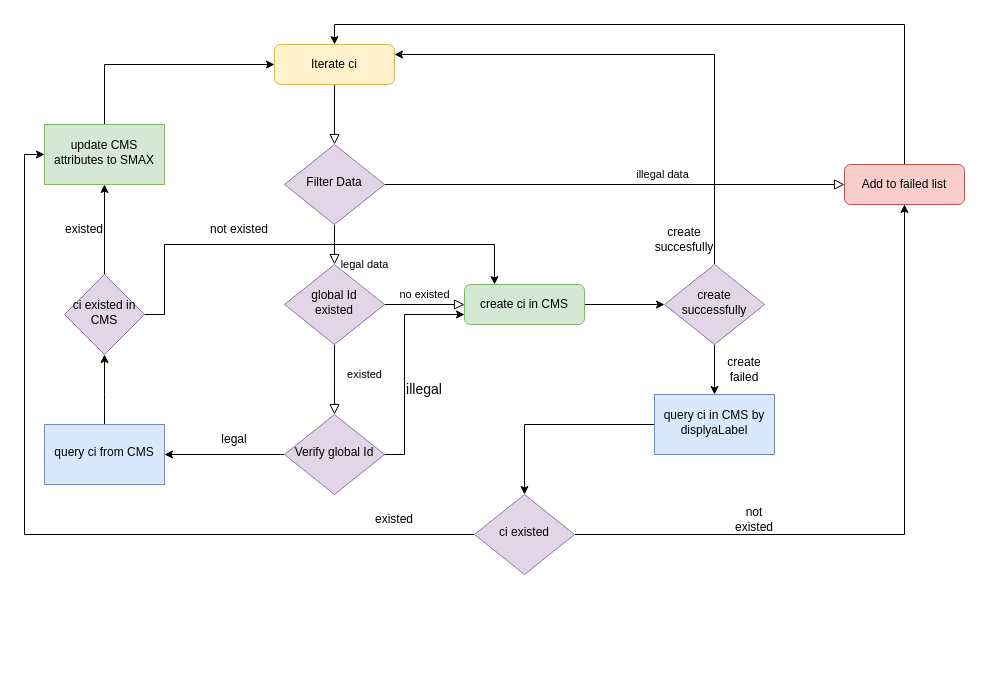
The draw.io diagram page "Page-1" (1 of 2) of 未命名绘图.drawio in Skylar-shanghai/diagrams, before the edit. Source tidied: cells renumbered, new cells numbered last; positions are measured from the earlier drawing's top-left corner, leaving out a move shared by most shapes. Both pictures are drawn from the tidied source at 100%, with x=0, y=0 at pixel (44, 24).
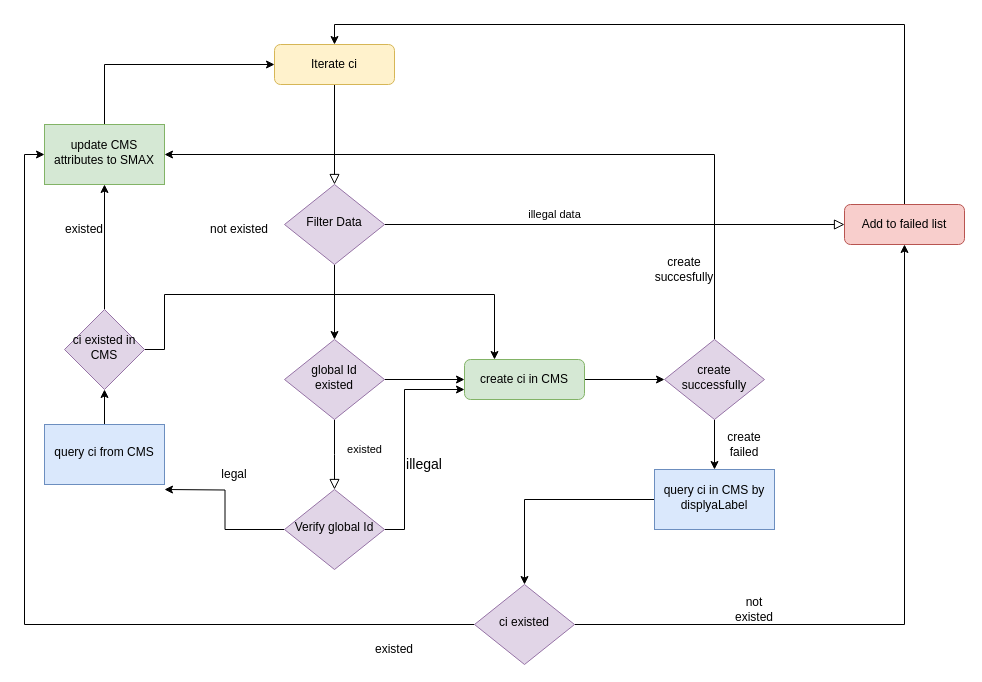
The same page after the edit.

Commit message:
更新未命名绘图.drawio

The change refers to these unchanged cells:
```xml
<mxCell id="3" value="Iterate ci" style="rounded=1;whiteSpace=wrap;html=1;fontSize=12;glass=0;strokeWidth=1;shadow=0;fillColor=#fff2cc;strokeColor=#d6b656;" parent="1" vertex="1">
  <mxGeometry x="230" y="20" width="120" height="40" as="geometry" />
</mxCell>
<mxCell id="21" value="query ci from CMS" style="whiteSpace=wrap;html=1;shadow=0;strokeWidth=1;spacing=6;spacingTop=-4;fillColor=#dae8fc;strokeColor=#6c8ebf;" parent="1" vertex="1">
  <mxGeometry y="400" width="120" height="60" as="geometry" />
</mxCell>
<mxCell id="23" value="update CMS attributes to SMAX" style="whiteSpace=wrap;html=1;shadow=0;strokeWidth=1;spacing=6;spacingTop=-4;fillColor=#d5e8d4;strokeColor=#82b366;" parent="1" vertex="1">
  <mxGeometry y="100" width="120" height="60" as="geometry" />
</mxCell>
```

Change to the diagram source:
```diff
@@
+    <mxCell id="5" value="illegal data" style="edgeStyle=orthogonalEdgeStyle;rounded=0;html=1;jettySize=auto;fontSize=11;endArrow=block;endFill=0;endSize=8;strokeWidth=1;shadow=0;labelBackgroundColor=none;" parent="1" edge="1" source="6" target="8">
+      <mxGeometry x="-0.26" y="10" relative="1" as="geometry" />
+    </mxCell>
-    <mxCell id="4" value="legal data" style="rounded=0;html=1;jettySize=auto;fontSize=11;endArrow=block;endFill=0;endSize=8;strokeWidth=1;shadow=0;labelBackgroundColor=none;edgeStyle=orthogonalEdgeStyle;" parent="1" edge="1" source="6" target="11">
-      <mxGeometry x="1" y="30" relative="1" as="geometry" />
+    <mxCell id="4" style="edgeStyle=orthogonalEdgeStyle;rounded=0;jettySize=auto;html=1;exitX=0.5;exitY=1;exitDx=0;exitDy=0;entryX=0.5;entryY=0;entryDx=0;entryDy=0;" parent="1" edge="1" source="6" target="11">
+      <mxGeometry relative="1" as="geometry" />
     </mxCell>
-    <mxCell id="5" value="illegal data" style="edgeStyle=orthogonalEdgeStyle;rounded=0;html=1;jettySize=auto;fontSize=11;endArrow=block;endFill=0;endSize=8;strokeWidth=1;shadow=0;labelBackgroundColor=none;" parent="1" edge="1" source="6" target="8">
-      <mxGeometry x="0.21" y="10" relative="1" as="geometry" />
-    </mxCell>
     <mxCell id="6" value="Filter Data" style="rhombus;whiteSpace=wrap;html=1;shadow=0;fontFamily=Helvetica;fontSize=12;align=center;strokeWidth=1;spacing=6;spacingTop=-4;fillColor=#e1d5e7;strokeColor=#9673a6;" parent="1" vertex="1">
-      <mxGeometry x="240" y="120" width="100" height="80" as="geometry" />
+      <mxGeometry x="240" y="160" width="100" height="80" as="geometry" />
     </mxCell>
@@
     <mxCell id="8" value="Add to failed list" style="rounded=1;whiteSpace=wrap;html=1;fontSize=12;glass=0;strokeWidth=1;shadow=0;fillColor=#f8cecc;strokeColor=#b85450;" parent="1" vertex="1">
-      <mxGeometry x="800" y="140" width="120" height="40" as="geometry" />
+      <mxGeometry x="800" y="180" width="120" height="40" as="geometry" />
     </mxCell>
     <mxCell id="9" value="existed" style="rounded=0;html=1;jettySize=auto;fontSize=11;endArrow=block;endFill=0;endSize=8;strokeWidth=1;shadow=0;labelBackgroundColor=none;edgeStyle=orthogonalEdgeStyle;" parent="1" edge="1" source="11">
       <mxGeometry x="-0.14" y="30" relative="1" as="geometry">
-        <mxPoint x="290" y="390" as="targetPoint" />
+        <mxPoint x="290" y="465" as="targetPoint" />
       </mxGeometry>
     </mxCell>
-    <mxCell id="10" value="no existed" style="edgeStyle=orthogonalEdgeStyle;rounded=0;html=1;jettySize=auto;fontSize=11;endArrow=block;endFill=0;endSize=8;strokeWidth=1;shadow=0;labelBackgroundColor=none;" parent="1" edge="1" source="11" target="13">
-      <mxGeometry y="10" relative="1" as="geometry" />
+    <mxCell id="10" style="edgeStyle=orthogonalEdgeStyle;rounded=0;jettySize=auto;html=1;entryX=0;entryY=0.5;entryDx=0;entryDy=0;" parent="1" edge="1" source="11" target="13">
+      <mxGeometry relative="1" as="geometry" />
     </mxCell>
     <mxCell id="11" value="global Id&lt;br&gt;existed" style="rhombus;whiteSpace=wrap;html=1;shadow=0;fontFamily=Helvetica;fontSize=12;align=center;strokeWidth=1;spacing=6;spacingTop=-4;fillColor=#e1d5e7;strokeColor=#9673a6;" parent="1" vertex="1">
-      <mxGeometry x="240" y="240" width="100" height="80" as="geometry" />
+      <mxGeometry x="240" y="315" width="100" height="80" as="geometry" />
     </mxCell>
@@
     <mxCell id="13" value="create ci in CMS" style="rounded=1;whiteSpace=wrap;html=1;fontSize=12;glass=0;strokeWidth=1;shadow=0;fillColor=#d5e8d4;strokeColor=#82b366;" parent="1" vertex="1">
-      <mxGeometry x="420" y="260" width="120" height="40" as="geometry" />
+      <mxGeometry x="420" y="335" width="120" height="40" as="geometry" />
     </mxCell>
-    <mxCell id="14" style="edgeStyle=orthogonalEdgeStyle;rounded=0;jettySize=auto;html=1;entryX=0.5;entryY=1;entryDx=0;entryDy=0;" parent="1" edge="1" source="16" target="8">
+    <mxCell id="14" style="edgeStyle=orthogonalEdgeStyle;rounded=0;jettySize=auto;html=1;entryX=0.5;entryY=1;entryDx=0;entryDy=0;exitX=1;exitY=0.5;exitDx=0;exitDy=0;" parent="1" edge="1" source="16" target="8">
       <mxGeometry relative="1" as="geometry">
         <Array as="points">
-          <mxPoint x="860" y="510" />
+          <mxPoint x="860" y="600" />
         </Array>
       </mxGeometry>
     </mxCell>
@@
     <mxCell id="16" value="ci existed" style="rhombus;whiteSpace=wrap;html=1;shadow=0;fontFamily=Helvetica;fontSize=12;align=center;strokeWidth=1;spacing=6;spacingTop=-4;fillColor=#e1d5e7;strokeColor=#9673a6;" parent="1" vertex="1">
-      <mxGeometry x="430" y="470" width="100" height="80" as="geometry" />
+      <mxGeometry x="430" y="560" width="100" height="80" as="geometry" />
     </mxCell>
     <mxCell id="17" style="edgeStyle=orthogonalEdgeStyle;rounded=0;jettySize=auto;html=1;fontSize=14;" parent="1" edge="1" source="19">
       <mxGeometry relative="1" as="geometry">
-        <mxPoint x="420" y="290" as="targetPoint" />
+        <mxPoint x="420" y="365" as="targetPoint" />
         <Array as="points">
-          <mxPoint x="360" y="430" />
-          <mxPoint x="360" y="290" />
-          <mxPoint x="420" y="290" />
+          <mxPoint x="360" y="505" />
+          <mxPoint x="360" y="365" />
+          <mxPoint x="420" y="365" />
         </Array>
       </mxGeometry>
     </mxCell>
-    <mxCell id="18" style="edgeStyle=orthogonalEdgeStyle;rounded=0;jettySize=auto;html=1;fontSize=12;" parent="1" edge="1" source="19" target="21">
-      <mxGeometry relative="1" as="geometry" />
+    <mxCell id="18" style="edgeStyle=orthogonalEdgeStyle;rounded=0;jettySize=auto;html=1;fontSize=12;" parent="1" edge="1" source="19">
+      <mxGeometry relative="1" as="geometry">
+        <mxPoint x="120" y="465" as="targetPoint" />
+      </mxGeometry>
     </mxCell>
     <mxCell id="19" value="Verify global Id" style="rhombus;whiteSpace=wrap;html=1;shadow=0;fontFamily=Helvetica;fontSize=12;align=center;strokeWidth=1;spacing=6;spacingTop=-4;fillColor=#e1d5e7;strokeColor=#9673a6;" parent="1" vertex="1">
-      <mxGeometry x="240" y="390" width="100" height="80" as="geometry" />
+      <mxGeometry x="240" y="465" width="100" height="80" as="geometry" />
     </mxCell>
-    <mxCell id="20" style="edgeStyle=orthogonalEdgeStyle;rounded=0;jettySize=auto;html=1;fontSize=12;" parent="1" edge="1" source="21" target="28">
+    <mxCell id="20" style="edgeStyle=orthogonalEdgeStyle;rounded=0;jettySize=auto;html=1;fontSize=12;" parent="1" edge="1" target="28">
       <mxGeometry relative="1" as="geometry">
+        <mxPoint x="60" y="435" as="sourcePoint" />
         <Array as="points">
-          <mxPoint x="60" y="370" />
-          <mxPoint x="60" y="370" />
+          <mxPoint x="60" y="405" />
+          <mxPoint x="60" y="405" />
         </Array>
       </mxGeometry>
     </mxCell>
@@
     <mxCell id="24" value="legal" style="text;html=1;strokeColor=none;fillColor=none;align=center;verticalAlign=middle;whiteSpace=wrap;rounded=0;" parent="1" vertex="1">
-      <mxGeometry x="160" y="400" width="60" height="30" as="geometry" />
+      <mxGeometry x="160" y="435" width="60" height="30" as="geometry" />
     </mxCell>
     <mxCell id="25" value="illegal" style="text;html=1;strokeColor=none;fillColor=none;align=center;verticalAlign=middle;whiteSpace=wrap;rounded=0;fontSize=14;" parent="1" vertex="1">
-      <mxGeometry x="350" y="350" width="60" height="30" as="geometry" />
+      <mxGeometry x="350" y="425" width="60" height="30" as="geometry" />
     </mxCell>
     <mxCell id="26" style="edgeStyle=orthogonalEdgeStyle;rounded=0;jettySize=auto;html=1;entryX=0.25;entryY=0;entryDx=0;entryDy=0;fontSize=12;" parent="1" edge="1" source="28" target="13">
       <mxGeometry relative="1" as="geometry">
         <Array as="points">
-          <mxPoint x="120" y="290" />
-          <mxPoint x="120" y="220" />
-          <mxPoint x="450" y="220" />
+          <mxPoint x="120" y="325" />
+          <mxPoint x="120" y="270" />
+          <mxPoint x="450" y="270" />
         </Array>
       </mxGeometry>
     </mxCell>
@@
     <mxCell id="28" value="ci existed in CMS" style="rhombus;whiteSpace=wrap;html=1;shadow=0;strokeWidth=1;spacing=6;spacingTop=-4;fillColor=#e1d5e7;strokeColor=#9673a6;" parent="1" vertex="1">
-      <mxGeometry x="20" y="250" width="80" height="80" as="geometry" />
+      <mxGeometry x="20" y="285" width="80" height="80" as="geometry" />
     </mxCell>
@@
-    <mxCell id="31" style="edgeStyle=orthogonalEdgeStyle;rounded=0;jettySize=auto;html=1;fontSize=12;" parent="1" edge="1" source="33" target="3">
+    <mxCell id="31" style="edgeStyle=orthogonalEdgeStyle;rounded=0;jettySize=auto;html=1;fontSize=12;" parent="1" edge="1" source="33" target="23">
       <mxGeometry relative="1" as="geometry">
         <Array as="points">
-          <mxPoint x="670" y="30" />
+          <mxPoint x="670" y="130" />
         </Array>
       </mxGeometry>
     </mxCell>
@@
     <mxCell id="33" value="create successfully" style="rhombus;whiteSpace=wrap;html=1;shadow=0;fontFamily=Helvetica;fontSize=12;align=center;strokeWidth=1;spacing=6;spacingTop=-4;fillColor=#e1d5e7;strokeColor=#9673a6;" parent="1" vertex="1">
-      <mxGeometry x="620" y="240" width="100" height="80" as="geometry" />
+      <mxGeometry x="620" y="315" width="100" height="80" as="geometry" />
     </mxCell>
     <mxCell id="34" value="create succesfully" style="text;html=1;strokeColor=none;fillColor=none;align=center;verticalAlign=middle;whiteSpace=wrap;rounded=0;fontSize=12;" parent="1" vertex="1">
-      <mxGeometry x="610" y="200" width="60" height="30" as="geometry" />
+      <mxGeometry x="610" y="230" width="60" height="30" as="geometry" />
     </mxCell>
@@
     <mxCell id="36" value="query ci in CMS by displyaLabel" style="whiteSpace=wrap;html=1;shadow=0;strokeWidth=1;spacing=6;spacingTop=-4;fillColor=#dae8fc;strokeColor=#6c8ebf;" parent="1" vertex="1">
-      <mxGeometry x="610" y="370" width="120" height="60" as="geometry" />
+      <mxGeometry x="610" y="445" width="120" height="60" as="geometry" />
     </mxCell>
     <mxCell id="37" value="create failed" style="text;html=1;strokeColor=none;fillColor=none;align=center;verticalAlign=middle;whiteSpace=wrap;rounded=0;fontSize=12;" parent="1" vertex="1">
-      <mxGeometry x="670" y="330" width="60" height="30" as="geometry" />
+      <mxGeometry x="670" y="405" width="60" height="30" as="geometry" />
     </mxCell>
     <mxCell id="38" value="not existed" style="text;html=1;strokeColor=none;fillColor=none;align=center;verticalAlign=middle;whiteSpace=wrap;rounded=0;fontSize=12;" parent="1" vertex="1">
-      <mxGeometry x="680" y="480" width="60" height="30" as="geometry" />
+      <mxGeometry x="680" y="570" width="60" height="30" as="geometry" />
     </mxCell>
     <mxCell id="39" value="existed" style="text;html=1;strokeColor=none;fillColor=none;align=center;verticalAlign=middle;whiteSpace=wrap;rounded=0;fontSize=12;" parent="1" vertex="1">
-      <mxGeometry x="320" y="480" width="60" height="30" as="geometry" />
+      <mxGeometry x="320" y="610" width="60" height="30" as="geometry" />
     </mxCell>
```
